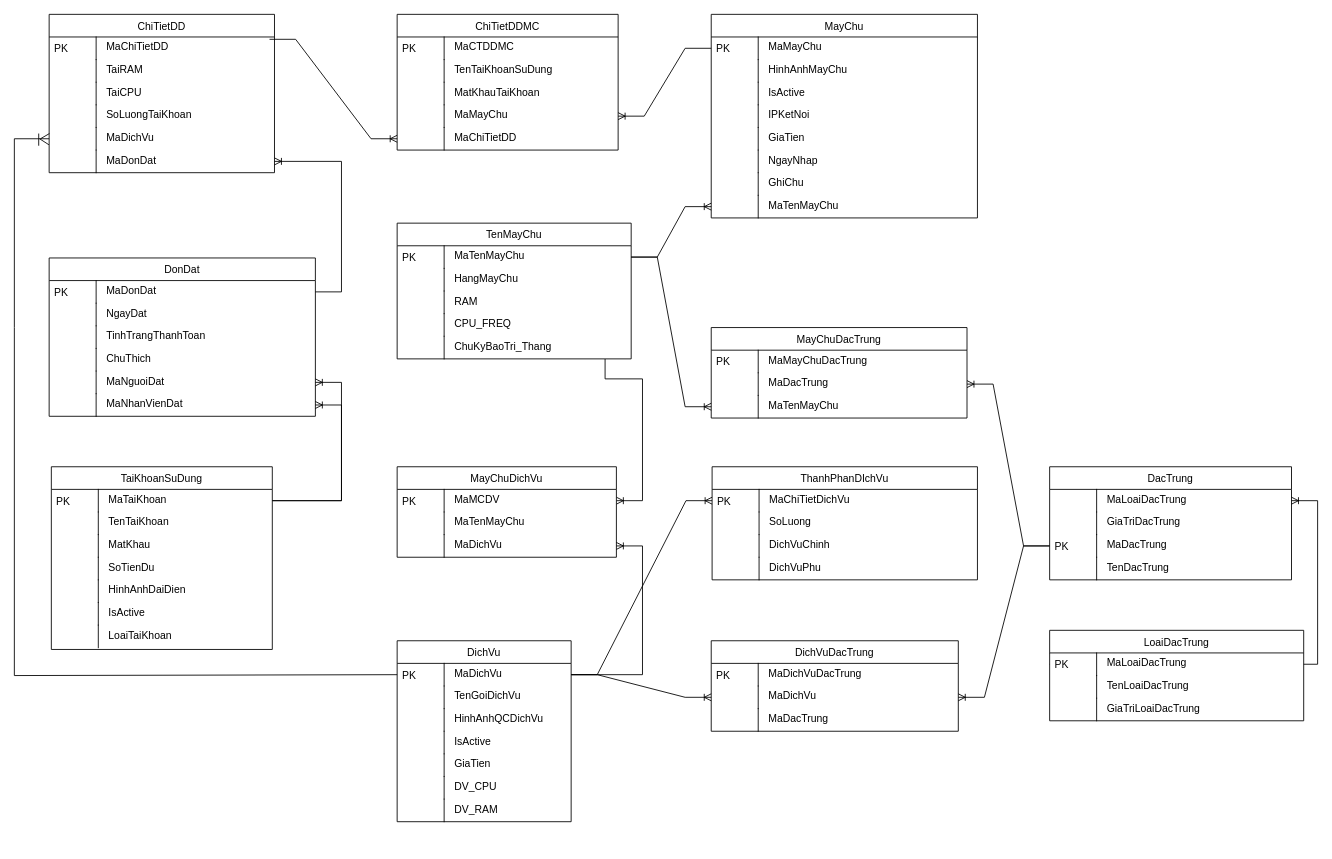
This is erd.drawio from frozenproof/dactaphanmem, a draw.io file, before an edit. Source tidied: cells renumbered, new cells numbered last; positions are measured from the earlier drawing's top-left corner, leaving out a move shared by most shapes. Both pictures are drawn from the tidied source at 87%, with x=0, y=0 at pixel (14, 14).
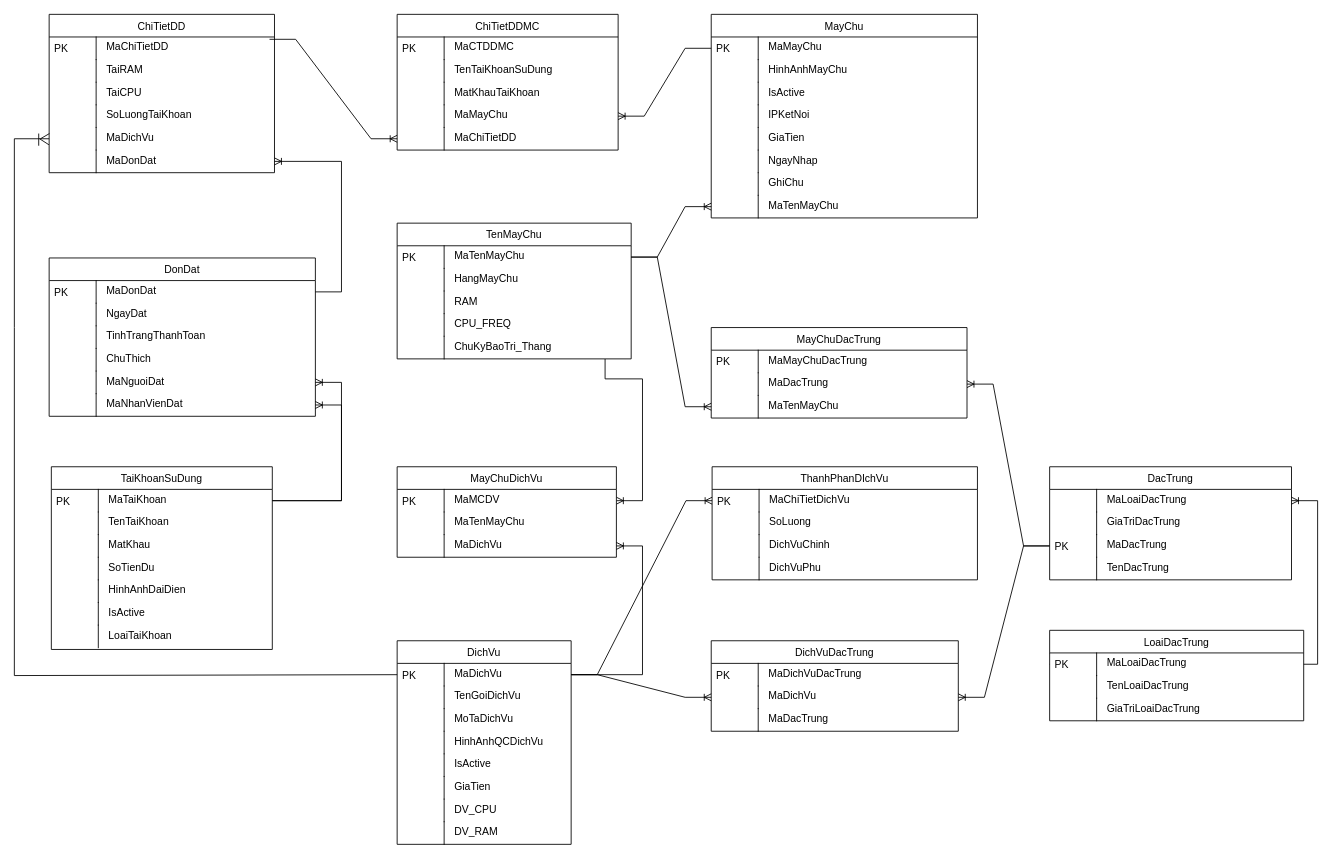
After the change.

Diff of the diagram source:
```diff
@@
     <mxCell id="3" value="DichVu" style="swimlane;fontStyle=0;horizontal=1;startSize=26;fillColor=default;swimlaneFillColor=default;align=center;" parent="1" vertex="1">
-      <mxGeometry x="440" y="720" width="200" height="208" as="geometry" />
+      <mxGeometry x="440" y="720" width="200" height="234" as="geometry" />
     </mxCell>
@@
+    <mxCell id="161" value="MoTaDichVu" style="shape=partialRectangle;top=0;left=0;right=0;bottom=0;align=left;verticalAlign=top;spacingTop=-2;fillColor=none;spacingLeft=64;spacingRight=4;overflow=hidden;" parent="3" vertex="1">
+      <mxGeometry y="78" width="200" height="26" as="geometry" />
+    </mxCell>
+    <mxCell id="162" style="shape=partialRectangle;top=0;left=0;bottom=0;fillColor=none;align=left;verticalAlign=middle;spacingLeft=4;spacingRight=4;overflow=hidden;" parent="161" vertex="1">
+      <mxGeometry width="54" height="26" as="geometry" />
+    </mxCell>
     <mxCell id="8" value="HinhAnhQCDichVu" style="shape=partialRectangle;top=0;left=0;right=0;bottom=0;align=left;verticalAlign=top;spacingTop=-2;fillColor=none;spacingLeft=64;spacingRight=4;overflow=hidden;" parent="3" vertex="1">
-      <mxGeometry y="78" width="200" height="26" as="geometry" />
+      <mxGeometry y="104" width="200" height="26" as="geometry" />
     </mxCell>
@@
     <mxCell id="10" value="IsActive" style="shape=partialRectangle;top=0;left=0;right=0;bottom=0;align=left;verticalAlign=top;spacingTop=-2;fillColor=none;spacingLeft=64;spacingRight=4;overflow=hidden;" parent="3" vertex="1">
-      <mxGeometry y="104" width="200" height="26" as="geometry" />
+      <mxGeometry y="130" width="200" height="26" as="geometry" />
     </mxCell>
@@
     <mxCell id="12" value="GiaTien" style="shape=partialRectangle;top=0;left=0;right=0;bottom=0;align=left;verticalAlign=top;spacingTop=-2;fillColor=none;spacingLeft=64;spacingRight=4;overflow=hidden;" parent="3" vertex="1">
-      <mxGeometry y="130" width="200" height="26" as="geometry" />
+      <mxGeometry y="156" width="200" height="26" as="geometry" />
     </mxCell>
@@
     <mxCell id="14" value="DV_CPU" style="shape=partialRectangle;top=0;left=0;right=0;bottom=0;align=left;verticalAlign=top;spacingTop=-2;fillColor=none;spacingLeft=64;spacingRight=4;overflow=hidden;" parent="3" vertex="1">
-      <mxGeometry y="156" width="200" height="26" as="geometry" />
+      <mxGeometry y="182" width="200" height="26" as="geometry" />
     </mxCell>
@@
     <mxCell id="16" value="DV_RAM" style="shape=partialRectangle;top=0;left=0;right=0;bottom=0;align=left;verticalAlign=top;spacingTop=-2;fillColor=none;spacingLeft=64;spacingRight=4;overflow=hidden;" parent="3" vertex="1">
-      <mxGeometry y="182" width="200" height="26" as="geometry" />
+      <mxGeometry y="208" width="200" height="26" as="geometry" />
     </mxCell>
```
